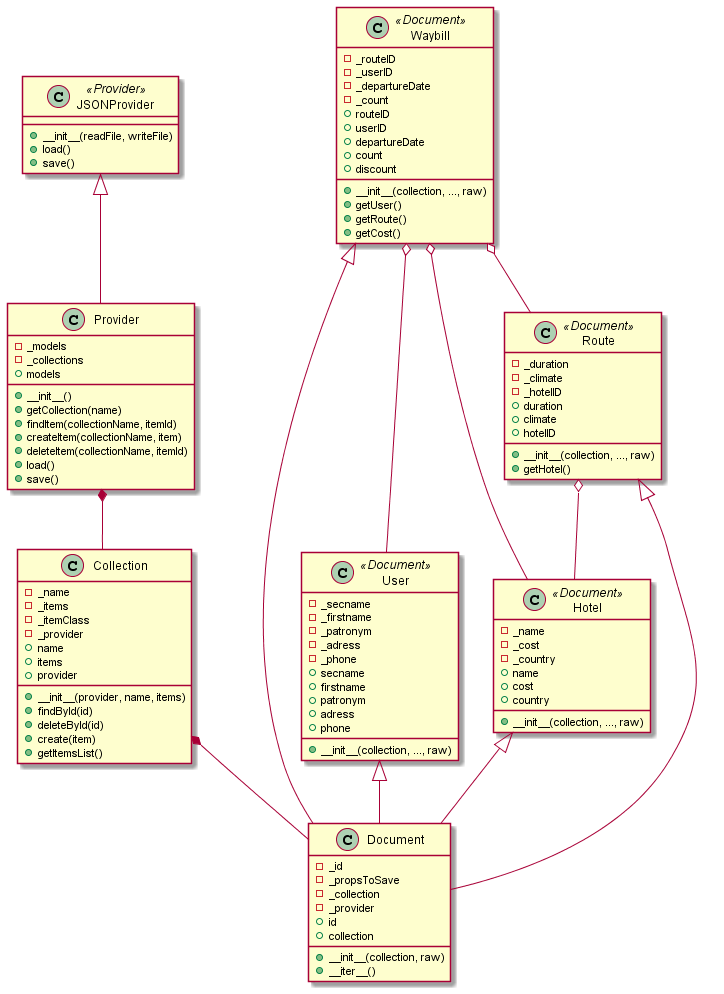
This is out/diagram/diagram.png from DasShelmer/oop, a PlantUML export, as it was before one commit.
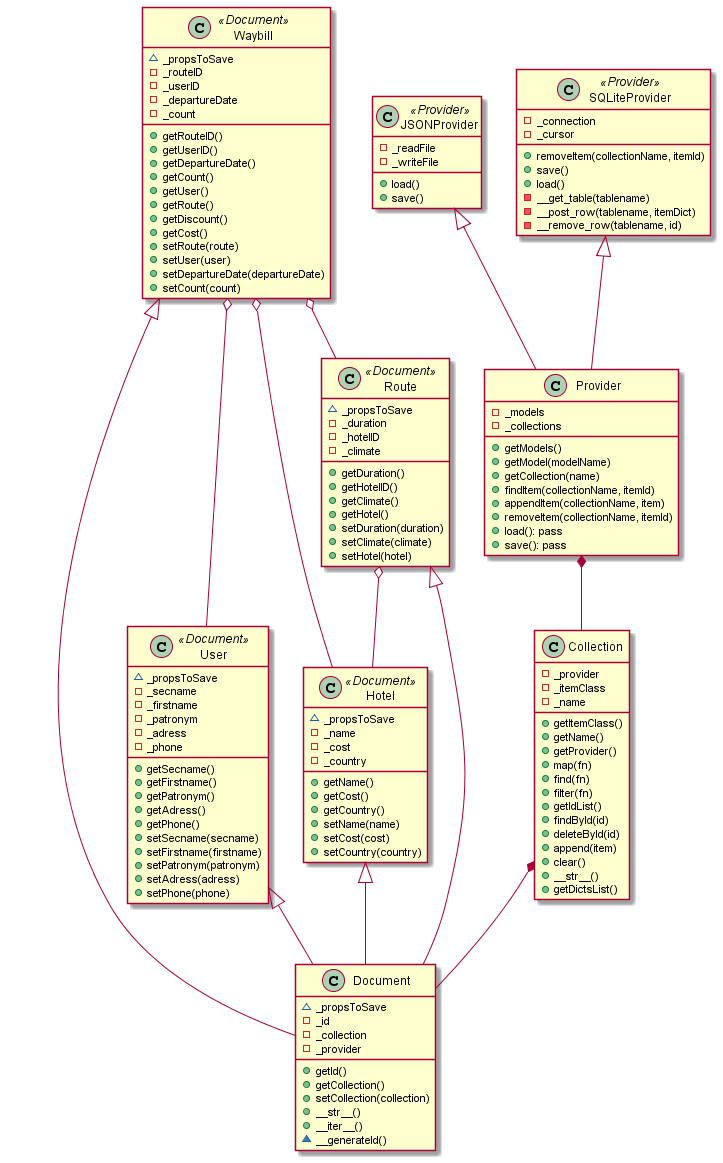
Later version of the same file.

The edit, as a diff of the source:
```diff
@@ -1,102 +1,144 @@
 @startuml
 
 class Document{
+    ~_propsToSave
     -_id
-    -_propsToSave
     -_collection
     -_provider
-    +id
-    +collection
-    +__init__(collection, raw)
+    +getId()
+    +getCollection()
+    +setCollection(collection)
+    +__str__()
     +__iter__()
+    ~__generateId()
 }
 
-class Collection{
-    -_name
-    -_items
-    -_itemClass
-    -_provider
-    +name
-    +items
-    +provider
-    +__init__(provider, name, items)
-    +findById(id)
-    +deleteById(id)
-    +create(item)
-    +getItemsList()
-}
-class Provider{
-    -_models
-    -_collections
-    +models
-    +__init__()
-    +getCollection(name)
-    +findItem(collectionName, itemId)
-    +createItem(collectionName, item)
-    +deleteItem(collectionName, itemId)
-    +load()
-    +save()
-}
-
-class JSONProvider <<Provider>>{
-    +__init__(readFile, writeFile)
-    +load()
-    +save()
-}
-class User <<Document>>{
+class User <<Document>> {
+    ~_propsToSave
     -_secname
     -_firstname
     -_patronym
     -_adress
     -_phone
-    +secname
-    +firstname
-    +patronym
-    +adress
-    +phone
-    +__init__(collection, ..., raw)
+    +getSecname()
+    +getFirstname()
+    +getPatronym()
+    +getAdress()
+    +getPhone()
+    +setSecname(secname)
+    +setFirstname(firstname)
+    +setPatronym(patronym)
+    +setAdress(adress)
+    +setPhone(phone)
 }
-class Hotel <<Document>>{
+
+class Hotel <<Document>> {
+    ~_propsToSave
     -_name
     -_cost
     -_country
-    +name
-    +cost
-    +country
-    +__init__(collection, ..., raw)
+    +getName()
+    +getCost()
+    +getCountry()
+    +setName(name)
+    +setCost(cost)
+    +setCountry(country)
 }
-class Route <<Document>>{
+
+class Route <<Document>> {
+    ~_propsToSave
     -_duration
+    -_hotelID
     -_climate
-    -_hotelID
-    +duration
-    +climate
-    +hotelID
-    +__init__(collection, ..., raw)
+    +getDuration()
+    +getHotelID()
+    +getClimate()
     +getHotel()
+    +setDuration(duration)
+    +setClimate(climate)
+    +setHotel(hotel)
 }
-class Waybill <<Document>>{
+
+class Waybill <<Document>> {
+    ~_propsToSave
     -_routeID
     -_userID
     -_departureDate
     -_count
-    +routeID
-    +userID
-    +departureDate
-    +count
-    +discount
-    +__init__(collection, ..., raw)
+    +getRouteID()
+    +getUserID()
+    +getDepartureDate()
+    +getCount()
     +getUser()
     +getRoute()
+    +getDiscount()
     +getCost()
+    +setRoute(route)
+    +setUser(user)
+    +setDepartureDate(departureDate)
+    +setCount(count)
 }
+
+class Collection {
+    -_provider
+    -_itemClass
+    -_name
+    +getItemClass()
+    +getName()
+    +getProvider()
+    +map(fn)
+    +find(fn)
+    +filter(fn)
+    +getIdList()
+    +findById(id)
+    +deleteById(id)
+    +append(item)
+    +clear()
+    +__str__()
+    +getDictsList()
+}
+
+class Provider {
+    -_models
+    -_collections
+    +getModels()
+    +getModel(modelName)
+    +getCollection(name)
+    +findItem(collectionName, itemId)
+    +appendItem(collectionName, item)
+    +removeItem(collectionName, itemId)
+    +load(): pass
+    +save(): pass
+}
+
+class JSONProvider <<Provider>> {
+    -_readFile
+    -_writeFile
+    +load()
+    +save()
+}
+
+class SQLiteProvider <<Provider>> {
+    -_connection
+    -_cursor
+    +removeItem(collectionName, itemId)
+    +save()
+    +load()
+    -__get_table(tablename)
+    -__post_row(tablename, itemDict)
+    -__remove_row(tablename, id)
+}
+
+SQLiteProvider <|-- Provider
 JSONProvider <|-- Provider
 Provider *-- Collection
 Collection *-- Document
+
 User <|-- Document
 Route <|-- Document
 Hotel <|-- Document
 Waybill <|-- Document
+
 Waybill o-- User
 Waybill o-- Route
 Route o-- Hotel
```
